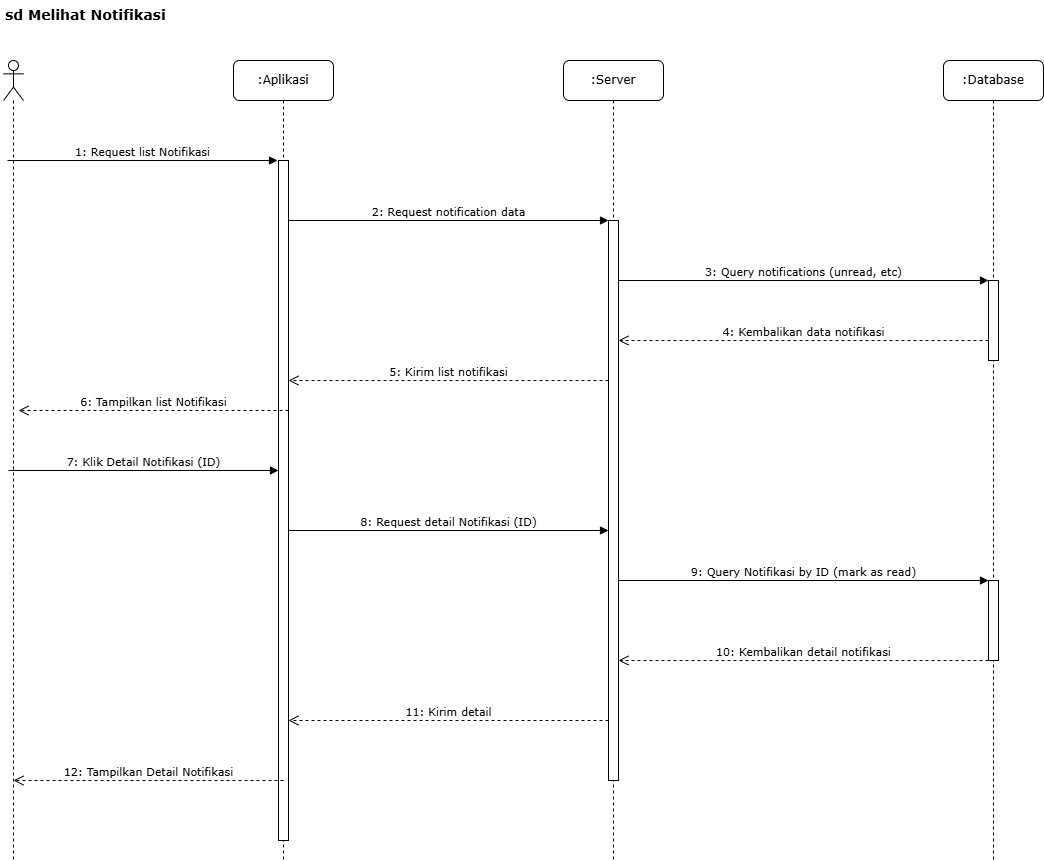
Before: Diagram/sequence-diagram-skripsi-melihat-notifikasi.drawio.png, a diagram exported from draw.io (Rizz404/SKRIPSI_V2). Source tidied: cells renumbered, new cells last; positions are measured from the earlier drawing's top-left corner, leaving out a move shared by most shapes. Source of this version:
```xml
<mxGraphModel>
  <root>
    <mxCell id="0" />
    <mxCell id="1" parent="0" />
    <mxCell id="2" value="sd Melihat Notifikasi" style="text;html=1;strokeColor=none;fillColor=none;align=left;verticalAlign=top;whiteSpace=wrap;rounded=0;fontFamily=Verdana;fontSize=14;fontStyle=1;" parent="1" vertex="1">
      <mxGeometry width="320" height="30" as="geometry" />
    </mxCell>
    <mxCell id="3" style="shape=umlLifeline;perimeter=lifelinePerimeter;whiteSpace=wrap;html=1;newEdgeStyle={&quot;curved&quot;:0,&quot;rounded&quot;:0};participant=umlActor;" parent="1" vertex="1">
      <mxGeometry y="60" width="20" height="800" as="geometry" />
    </mxCell>
    <mxCell id="4" value=":Aplikasi" style="shape=umlLifeline;perimeter=lifelinePerimeter;whiteSpace=wrap;html=1;rounded=1;shadow=0;comic=0;labelBackgroundColor=none;strokeWidth=1;fontFamily=Verdana;fontSize=12;align=center;" parent="1" vertex="1">
      <mxGeometry x="230" y="60" width="100" height="800" as="geometry" />
    </mxCell>
    <mxCell id="5" value="1: Request list Notifikasi" style="html=1;verticalAlign=bottom;labelBackgroundColor=none;endArrow=block;rounded=0;fontFamily=Verdana;fontSize=11;" parent="4" edge="1">
      <mxGeometry relative="1" as="geometry">
        <mxPoint x="-226" y="100" as="sourcePoint" />
        <mxPoint x="44" y="100" as="targetPoint" />
      </mxGeometry>
    </mxCell>
    <mxCell id="6" value=":Server" style="shape=umlLifeline;perimeter=lifelinePerimeter;whiteSpace=wrap;html=1;rounded=1;shadow=0;comic=0;labelBackgroundColor=none;strokeWidth=1;fontFamily=Verdana;fontSize=12;align=center;" parent="1" vertex="1">
      <mxGeometry x="560" y="60" width="100" height="800" as="geometry" />
    </mxCell>
    <mxCell id="7" value=":Database" style="shape=umlLifeline;perimeter=lifelinePerimeter;whiteSpace=wrap;html=1;rounded=1;shadow=0;comic=0;labelBackgroundColor=none;strokeWidth=1;fontFamily=Verdana;fontSize=12;align=center;" parent="1" vertex="1">
      <mxGeometry x="940" y="60" width="100" height="800" as="geometry" />
    </mxCell>
    <mxCell id="8" style="html=1;perimeter=orthogonalPerimeter;fillColor=#ffffff;strokeColor=#000000;strokeWidth=1;" parent="1" vertex="1">
      <mxGeometry x="275" y="160" width="10" height="680" as="geometry" />
    </mxCell>
    <mxCell id="9" style="html=1;points=[];perimeter=orthogonalPerimeter;fillColor=#ffffff;strokeColor=#000000;strokeWidth=1;" parent="1" vertex="1">
      <mxGeometry x="605" y="220" width="10" height="560" as="geometry" />
    </mxCell>
    <mxCell id="10" style="html=1;perimeter=orthogonalPerimeter;fillColor=#ffffff;strokeColor=#000000;strokeWidth=1;" parent="1" vertex="1">
      <mxGeometry x="985" y="280" width="10" height="80" as="geometry" />
    </mxCell>
    <mxCell id="11" style="html=1;points=[];perimeter=orthogonalPerimeter;fillColor=#ffffff;strokeColor=#000000;strokeWidth=1;" parent="1" vertex="1">
      <mxGeometry x="985" y="580" width="10" height="80" as="geometry" />
    </mxCell>
    <mxCell id="12" value="2: Request notification data" style="html=1;verticalAlign=bottom;endArrow=block;labelBackgroundColor=none;fontFamily=Verdana;fontSize=11;" parent="1" edge="1">
      <mxGeometry relative="1" as="geometry">
        <mxPoint x="285" y="220" as="sourcePoint" />
        <mxPoint x="605" y="220" as="targetPoint" />
      </mxGeometry>
    </mxCell>
    <mxCell id="13" value="3: Query notifications (unread, etc)" style="html=1;verticalAlign=bottom;endArrow=block;labelBackgroundColor=none;fontFamily=Verdana;fontSize=11;" parent="1" edge="1">
      <mxGeometry relative="1" as="geometry">
        <mxPoint x="615" y="280" as="sourcePoint" />
        <mxPoint x="985" y="280" as="targetPoint" />
      </mxGeometry>
    </mxCell>
    <mxCell id="14" value="4: Kembalikan data notifikasi" style="html=1;verticalAlign=bottom;endArrow=open;dashed=1;endSize=8;labelBackgroundColor=none;fontFamily=Verdana;fontSize=11;" parent="1" edge="1">
      <mxGeometry relative="1" as="geometry">
        <mxPoint x="985" y="340" as="sourcePoint" />
        <mxPoint x="615" y="340" as="targetPoint" />
      </mxGeometry>
    </mxCell>
    <mxCell id="15" value="5: Kirim list notifikasi" style="html=1;verticalAlign=bottom;endArrow=open;dashed=1;endSize=8;labelBackgroundColor=none;fontFamily=Verdana;fontSize=11;" parent="1" edge="1">
      <mxGeometry relative="1" as="geometry">
        <mxPoint x="605" y="380" as="sourcePoint" />
        <mxPoint x="285" y="380" as="targetPoint" />
      </mxGeometry>
    </mxCell>
    <mxCell id="16" value="6: Tampilkan list Notifikasi" style="html=1;verticalAlign=bottom;endArrow=open;dashed=1;endSize=8;labelBackgroundColor=none;fontFamily=Verdana;fontSize=11;" parent="1" edge="1">
      <mxGeometry relative="1" as="geometry">
        <mxPoint x="285" y="410" as="sourcePoint" />
        <mxPoint x="15" y="410" as="targetPoint" />
      </mxGeometry>
    </mxCell>
    <mxCell id="17" value="7: Klik Detail Notifikasi (ID)" style="html=1;verticalAlign=bottom;labelBackgroundColor=none;endArrow=block;rounded=0;fontFamily=Verdana;fontSize=11;" parent="1" edge="1">
      <mxGeometry relative="1" as="geometry">
        <mxPoint x="5" y="470" as="sourcePoint" />
        <mxPoint x="275" y="470" as="targetPoint" />
      </mxGeometry>
    </mxCell>
    <mxCell id="18" value="8: Request detail Notifikasi (ID)" style="html=1;verticalAlign=bottom;endArrow=block;labelBackgroundColor=none;fontFamily=Verdana;fontSize=11;" parent="1" edge="1">
      <mxGeometry relative="1" as="geometry">
        <mxPoint x="285" y="530" as="sourcePoint" />
        <mxPoint x="605" y="530" as="targetPoint" />
      </mxGeometry>
    </mxCell>
    <mxCell id="19" value="9: Query Notifikasi by ID (mark as read)" style="html=1;verticalAlign=bottom;endArrow=block;labelBackgroundColor=none;fontFamily=Verdana;fontSize=11;" parent="1" edge="1" source="9" target="11">
      <mxGeometry relative="1" as="geometry" />
    </mxCell>
    <mxCell id="20" value="10: Kembalikan detail notifikasi" style="html=1;verticalAlign=bottom;endArrow=open;dashed=1;endSize=8;labelBackgroundColor=none;fontFamily=Verdana;fontSize=11;" parent="1" edge="1" source="11">
      <mxGeometry relative="1" as="geometry">
        <mxPoint x="615" y="660" as="targetPoint" />
      </mxGeometry>
    </mxCell>
    <mxCell id="21" value="11: Kirim detail" style="html=1;verticalAlign=bottom;endArrow=open;dashed=1;endSize=8;labelBackgroundColor=none;fontFamily=Verdana;fontSize=11;" parent="1" edge="1">
      <mxGeometry relative="1" as="geometry">
        <mxPoint x="605" y="720" as="sourcePoint" />
        <mxPoint x="285" y="720" as="targetPoint" />
      </mxGeometry>
    </mxCell>
    <mxCell id="22" value="12: Tampilkan Detail Notifikasi" style="html=1;verticalAlign=bottom;endArrow=open;dashed=1;endSize=8;labelBackgroundColor=none;fontFamily=Verdana;fontSize=11;" parent="1" edge="1">
      <mxGeometry relative="1" as="geometry">
        <mxPoint x="280" y="780" as="sourcePoint" />
        <mxPoint x="10" y="780" as="targetPoint" />
      </mxGeometry>
    </mxCell>
  </root>
</mxGraphModel>
```
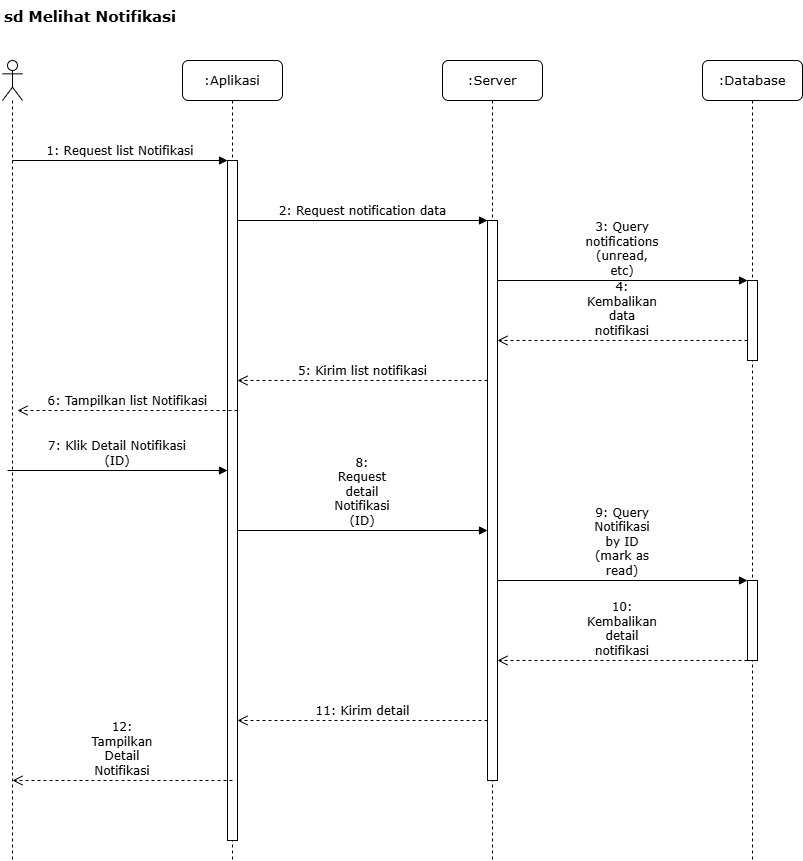
Above is the later version.

What changed in the source:
```diff
@@ -2,99 +2,99 @@
   <root>
     <mxCell id="0" />
     <mxCell id="1" parent="0" />
-    <mxCell id="2" value="sd Melihat Notifikasi" style="text;html=1;strokeColor=none;fillColor=none;align=left;verticalAlign=top;whiteSpace=wrap;rounded=0;fontFamily=Verdana;fontSize=14;fontStyle=1;" parent="1" vertex="1">
-      <mxGeometry width="320" height="30" as="geometry" />
+    <mxCell id="2" value="sd Melihat Notifikasi" style="text;html=1;strokeColor=none;fillColor=none;align=left;verticalAlign=top;whiteSpace=wrap;rounded=0;fontFamily=Verdana;fontSize=15;fontStyle=1;" parent="1" vertex="1">
+      <mxGeometry x="-80" width="320" height="30" as="geometry" />
     </mxCell>
     <mxCell id="3" style="shape=umlLifeline;perimeter=lifelinePerimeter;whiteSpace=wrap;html=1;newEdgeStyle={&quot;curved&quot;:0,&quot;rounded&quot;:0};participant=umlActor;" parent="1" vertex="1">
-      <mxGeometry y="60" width="20" height="800" as="geometry" />
+      <mxGeometry x="-80" y="60" width="20" height="800" as="geometry" />
     </mxCell>
-    <mxCell id="4" value=":Aplikasi" style="shape=umlLifeline;perimeter=lifelinePerimeter;whiteSpace=wrap;html=1;rounded=1;shadow=0;comic=0;labelBackgroundColor=none;strokeWidth=1;fontFamily=Verdana;fontSize=12;align=center;" parent="1" vertex="1">
-      <mxGeometry x="230" y="60" width="100" height="800" as="geometry" />
+    <mxCell id="4" value=":Aplikasi" style="shape=umlLifeline;perimeter=lifelinePerimeter;whiteSpace=wrap;html=1;rounded=1;shadow=0;comic=0;labelBackgroundColor=none;strokeWidth=1;fontFamily=Verdana;fontSize=13;align=center;" parent="1" vertex="1">
+      <mxGeometry x="100" y="60" width="100" height="800" as="geometry" />
     </mxCell>
-    <mxCell id="5" value="1: Request list Notifikasi" style="html=1;verticalAlign=bottom;labelBackgroundColor=none;endArrow=block;rounded=0;fontFamily=Verdana;fontSize=11;" parent="4" edge="1">
+    <mxCell id="5" value="1: Request list Notifikasi" style="html=1;verticalAlign=bottom;labelBackgroundColor=none;endArrow=block;rounded=0;fontFamily=Verdana;fontSize=12;whiteSpace=wrap;" parent="1" edge="1">
       <mxGeometry relative="1" as="geometry">
-        <mxPoint x="-226" y="100" as="sourcePoint" />
-        <mxPoint x="44" y="100" as="targetPoint" />
+        <mxPoint x="-70" y="160" as="sourcePoint" />
+        <mxPoint x="145" y="160" as="targetPoint" />
       </mxGeometry>
     </mxCell>
-    <mxCell id="6" value=":Server" style="shape=umlLifeline;perimeter=lifelinePerimeter;whiteSpace=wrap;html=1;rounded=1;shadow=0;comic=0;labelBackgroundColor=none;strokeWidth=1;fontFamily=Verdana;fontSize=12;align=center;" parent="1" vertex="1">
-      <mxGeometry x="560" y="60" width="100" height="800" as="geometry" />
+    <mxCell id="6" value=":Server" style="shape=umlLifeline;perimeter=lifelinePerimeter;whiteSpace=wrap;html=1;rounded=1;shadow=0;comic=0;labelBackgroundColor=none;strokeWidth=1;fontFamily=Verdana;fontSize=13;align=center;" parent="1" vertex="1">
+      <mxGeometry x="360" y="60" width="100" height="800" as="geometry" />
     </mxCell>
-    <mxCell id="7" value=":Database" style="shape=umlLifeline;perimeter=lifelinePerimeter;whiteSpace=wrap;html=1;rounded=1;shadow=0;comic=0;labelBackgroundColor=none;strokeWidth=1;fontFamily=Verdana;fontSize=12;align=center;" parent="1" vertex="1">
-      <mxGeometry x="940" y="60" width="100" height="800" as="geometry" />
+    <mxCell id="7" value=":Database" style="shape=umlLifeline;perimeter=lifelinePerimeter;whiteSpace=wrap;html=1;rounded=1;shadow=0;comic=0;labelBackgroundColor=none;strokeWidth=1;fontFamily=Verdana;fontSize=13;align=center;" parent="1" vertex="1">
+      <mxGeometry x="620" y="60" width="100" height="800" as="geometry" />
     </mxCell>
     <mxCell id="8" style="html=1;perimeter=orthogonalPerimeter;fillColor=#ffffff;strokeColor=#000000;strokeWidth=1;" parent="1" vertex="1">
-      <mxGeometry x="275" y="160" width="10" height="680" as="geometry" />
+      <mxGeometry x="145" y="160" width="10" height="680" as="geometry" />
     </mxCell>
     <mxCell id="9" style="html=1;points=[];perimeter=orthogonalPerimeter;fillColor=#ffffff;strokeColor=#000000;strokeWidth=1;" parent="1" vertex="1">
-      <mxGeometry x="605" y="220" width="10" height="560" as="geometry" />
+      <mxGeometry x="405" y="220" width="10" height="560" as="geometry" />
     </mxCell>
     <mxCell id="10" style="html=1;perimeter=orthogonalPerimeter;fillColor=#ffffff;strokeColor=#000000;strokeWidth=1;" parent="1" vertex="1">
-      <mxGeometry x="985" y="280" width="10" height="80" as="geometry" />
+      <mxGeometry x="665" y="280" width="10" height="80" as="geometry" />
     </mxCell>
     <mxCell id="11" style="html=1;points=[];perimeter=orthogonalPerimeter;fillColor=#ffffff;strokeColor=#000000;strokeWidth=1;" parent="1" vertex="1">
-      <mxGeometry x="985" y="580" width="10" height="80" as="geometry" />
+      <mxGeometry x="665" y="580" width="10" height="80" as="geometry" />
     </mxCell>
-    <mxCell id="12" value="2: Request notification data" style="html=1;verticalAlign=bottom;endArrow=block;labelBackgroundColor=none;fontFamily=Verdana;fontSize=11;" parent="1" edge="1">
+    <mxCell id="12" value="2: Request notification data" style="html=1;verticalAlign=bottom;endArrow=block;labelBackgroundColor=none;fontFamily=Verdana;fontSize=12;" parent="1" edge="1">
       <mxGeometry relative="1" as="geometry">
-        <mxPoint x="285" y="220" as="sourcePoint" />
-        <mxPoint x="605" y="220" as="targetPoint" />
+        <mxPoint x="155" y="220" as="sourcePoint" />
+        <mxPoint x="405" y="220" as="targetPoint" />
       </mxGeometry>
     </mxCell>
-    <mxCell id="13" value="3: Query notifications (unread, etc)" style="html=1;verticalAlign=bottom;endArrow=block;labelBackgroundColor=none;fontFamily=Verdana;fontSize=11;" parent="1" edge="1">
+    <mxCell id="13" value="3: Query notifications (unread, etc)" style="html=1;verticalAlign=bottom;endArrow=block;labelBackgroundColor=none;fontFamily=Verdana;fontSize=12;whiteSpace=wrap;" parent="1" edge="1">
       <mxGeometry relative="1" as="geometry">
-        <mxPoint x="615" y="280" as="sourcePoint" />
-        <mxPoint x="985" y="280" as="targetPoint" />
+        <mxPoint x="415" y="280" as="sourcePoint" />
+        <mxPoint x="665" y="280" as="targetPoint" />
       </mxGeometry>
     </mxCell>
-    <mxCell id="14" value="4: Kembalikan data notifikasi" style="html=1;verticalAlign=bottom;endArrow=open;dashed=1;endSize=8;labelBackgroundColor=none;fontFamily=Verdana;fontSize=11;" parent="1" edge="1">
+    <mxCell id="14" value="4: Kembalikan data notifikasi" style="html=1;verticalAlign=bottom;endArrow=open;dashed=1;endSize=8;labelBackgroundColor=none;fontFamily=Verdana;fontSize=12;whiteSpace=wrap;" parent="1" edge="1">
       <mxGeometry relative="1" as="geometry">
-        <mxPoint x="985" y="340" as="sourcePoint" />
-        <mxPoint x="615" y="340" as="targetPoint" />
+        <mxPoint x="665" y="340" as="sourcePoint" />
+        <mxPoint x="415" y="340" as="targetPoint" />
       </mxGeometry>
     </mxCell>
-    <mxCell id="15" value="5: Kirim list notifikasi" style="html=1;verticalAlign=bottom;endArrow=open;dashed=1;endSize=8;labelBackgroundColor=none;fontFamily=Verdana;fontSize=11;" parent="1" edge="1">
+    <mxCell id="15" value="5: Kirim list notifikasi" style="html=1;verticalAlign=bottom;endArrow=open;dashed=1;endSize=8;labelBackgroundColor=none;fontFamily=Verdana;fontSize=12;" parent="1" edge="1">
       <mxGeometry relative="1" as="geometry">
-        <mxPoint x="605" y="380" as="sourcePoint" />
-        <mxPoint x="285" y="380" as="targetPoint" />
+        <mxPoint x="405" y="380" as="sourcePoint" />
+        <mxPoint x="155" y="380" as="targetPoint" />
       </mxGeometry>
     </mxCell>
-    <mxCell id="16" value="6: Tampilkan list Notifikasi" style="html=1;verticalAlign=bottom;endArrow=open;dashed=1;endSize=8;labelBackgroundColor=none;fontFamily=Verdana;fontSize=11;" parent="1" edge="1">
+    <mxCell id="16" value="6: Tampilkan list Notifikasi" style="html=1;verticalAlign=bottom;endArrow=open;dashed=1;endSize=8;labelBackgroundColor=none;fontFamily=Verdana;fontSize=12;" parent="1" edge="1">
       <mxGeometry relative="1" as="geometry">
-        <mxPoint x="285" y="410" as="sourcePoint" />
-        <mxPoint x="15" y="410" as="targetPoint" />
+        <mxPoint x="155" y="410" as="sourcePoint" />
+        <mxPoint x="-65" y="410" as="targetPoint" />
       </mxGeometry>
     </mxCell>
-    <mxCell id="17" value="7: Klik Detail Notifikasi (ID)" style="html=1;verticalAlign=bottom;labelBackgroundColor=none;endArrow=block;rounded=0;fontFamily=Verdana;fontSize=11;" parent="1" edge="1">
+    <mxCell id="17" value="7: Klik Detail Notifikasi (ID)" style="html=1;verticalAlign=bottom;labelBackgroundColor=none;endArrow=block;rounded=0;fontFamily=Verdana;fontSize=12;whiteSpace=wrap;" parent="1" edge="1">
       <mxGeometry relative="1" as="geometry">
-        <mxPoint x="5" y="470" as="sourcePoint" />
-        <mxPoint x="275" y="470" as="targetPoint" />
+        <mxPoint x="-75" y="470" as="sourcePoint" />
+        <mxPoint x="145" y="470" as="targetPoint" />
       </mxGeometry>
     </mxCell>
-    <mxCell id="18" value="8: Request detail Notifikasi (ID)" style="html=1;verticalAlign=bottom;endArrow=block;labelBackgroundColor=none;fontFamily=Verdana;fontSize=11;" parent="1" edge="1">
+    <mxCell id="18" value="8: Request detail Notifikasi (ID)" style="html=1;verticalAlign=bottom;endArrow=block;labelBackgroundColor=none;fontFamily=Verdana;fontSize=12;whiteSpace=wrap;" parent="1" edge="1">
       <mxGeometry relative="1" as="geometry">
-        <mxPoint x="285" y="530" as="sourcePoint" />
-        <mxPoint x="605" y="530" as="targetPoint" />
+        <mxPoint x="155" y="530" as="sourcePoint" />
+        <mxPoint x="405" y="530" as="targetPoint" />
       </mxGeometry>
     </mxCell>
-    <mxCell id="19" value="9: Query Notifikasi by ID (mark as read)" style="html=1;verticalAlign=bottom;endArrow=block;labelBackgroundColor=none;fontFamily=Verdana;fontSize=11;" parent="1" edge="1" source="9" target="11">
+    <mxCell id="19" value="9: Query Notifikasi by ID (mark as read)" style="html=1;verticalAlign=bottom;endArrow=block;labelBackgroundColor=none;fontFamily=Verdana;fontSize=12;whiteSpace=wrap;" parent="1" edge="1" source="9" target="11">
       <mxGeometry relative="1" as="geometry" />
     </mxCell>
-    <mxCell id="20" value="10: Kembalikan detail notifikasi" style="html=1;verticalAlign=bottom;endArrow=open;dashed=1;endSize=8;labelBackgroundColor=none;fontFamily=Verdana;fontSize=11;" parent="1" edge="1" source="11">
+    <mxCell id="20" value="10: Kembalikan detail notifikasi" style="html=1;verticalAlign=bottom;endArrow=open;dashed=1;endSize=8;labelBackgroundColor=none;fontFamily=Verdana;fontSize=12;whiteSpace=wrap;" parent="1" edge="1" source="11">
       <mxGeometry relative="1" as="geometry">
-        <mxPoint x="615" y="660" as="targetPoint" />
+        <mxPoint x="415" y="660" as="targetPoint" />
       </mxGeometry>
     </mxCell>
-    <mxCell id="21" value="11: Kirim detail" style="html=1;verticalAlign=bottom;endArrow=open;dashed=1;endSize=8;labelBackgroundColor=none;fontFamily=Verdana;fontSize=11;" parent="1" edge="1">
+    <mxCell id="21" value="11: Kirim detail" style="html=1;verticalAlign=bottom;endArrow=open;dashed=1;endSize=8;labelBackgroundColor=none;fontFamily=Verdana;fontSize=12;" parent="1" edge="1">
       <mxGeometry relative="1" as="geometry">
-        <mxPoint x="605" y="720" as="sourcePoint" />
-        <mxPoint x="285" y="720" as="targetPoint" />
+        <mxPoint x="405" y="720" as="sourcePoint" />
+        <mxPoint x="155" y="720" as="targetPoint" />
       </mxGeometry>
     </mxCell>
-    <mxCell id="22" value="12: Tampilkan Detail Notifikasi" style="html=1;verticalAlign=bottom;endArrow=open;dashed=1;endSize=8;labelBackgroundColor=none;fontFamily=Verdana;fontSize=11;" parent="1" edge="1">
+    <mxCell id="22" value="12: Tampilkan Detail Notifikasi" style="html=1;verticalAlign=bottom;endArrow=open;dashed=1;endSize=8;labelBackgroundColor=none;fontFamily=Verdana;fontSize=12;whiteSpace=wrap;" parent="1" edge="1">
       <mxGeometry relative="1" as="geometry">
-        <mxPoint x="280" y="780" as="sourcePoint" />
-        <mxPoint x="10" y="780" as="targetPoint" />
+        <mxPoint x="150" y="780" as="sourcePoint" />
+        <mxPoint x="-70" y="780" as="targetPoint" />
       </mxGeometry>
     </mxCell>
   </root>
```
